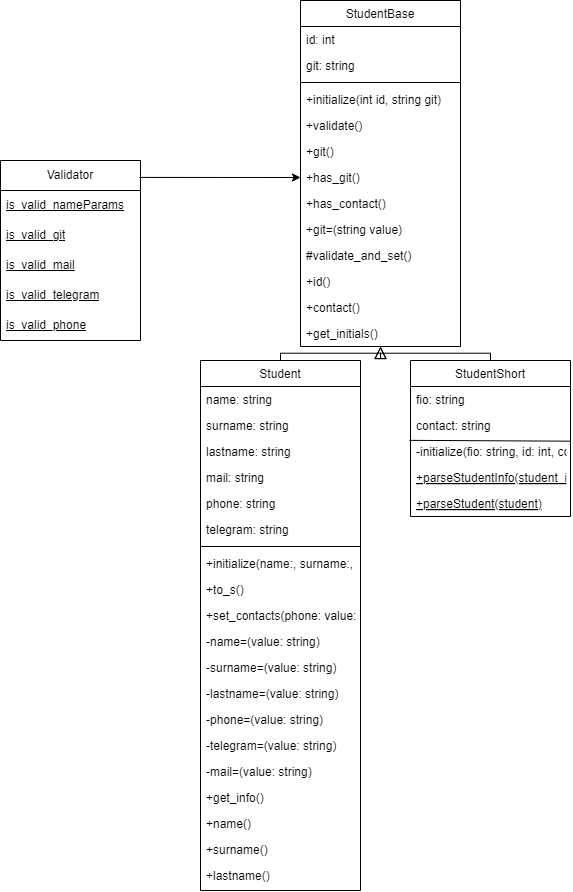
Above: classDiagramm.png in MxVndI/Design-Patterns (draw.io), before the change. Source tidied: cells renumbered, new cells last; positions are measured from the earlier drawing's top-left corner, leaving out a move shared by most shapes.
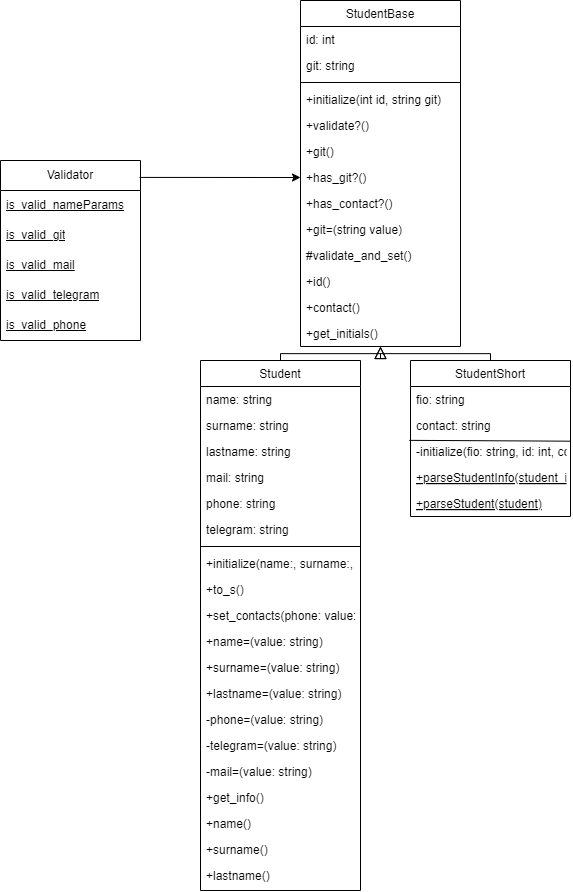
The same file after the commit.

Commit message:
make setters public lab 2 task 11

What changed in the source:
```diff
@@ -17,16 +17,16 @@
     <mxCell id="6" value="+initialize(int id, string git)" style="text;align=left;verticalAlign=top;spacingLeft=4;spacingRight=4;overflow=hidden;" parent="2" vertex="1">
       <mxGeometry y="86" width="160" height="26" as="geometry" />
     </mxCell>
-    <mxCell id="7" value="+validate()" style="text;align=left;verticalAlign=top;spacingLeft=4;spacingRight=4;overflow=hidden;" parent="2" vertex="1">
+    <mxCell id="7" value="+validate?()" style="text;align=left;verticalAlign=top;spacingLeft=4;spacingRight=4;overflow=hidden;" parent="2" vertex="1">
       <mxGeometry y="112" width="160" height="26" as="geometry" />
     </mxCell>
     <mxCell id="8" value="+git()" style="text;align=left;verticalAlign=top;spacingLeft=4;spacingRight=4;overflow=hidden;" parent="2" vertex="1">
       <mxGeometry y="138" width="160" height="26" as="geometry" />
     </mxCell>
-    <mxCell id="9" value="+has_git()" style="text;align=left;verticalAlign=top;spacingLeft=4;spacingRight=4;overflow=hidden;points=[[0,0.5],[1,0.5]];portConstraint=eastwest;" parent="2" vertex="1">
+    <mxCell id="9" value="+has_git?()" style="text;align=left;verticalAlign=top;spacingLeft=4;spacingRight=4;overflow=hidden;points=[[0,0.5],[1,0.5]];portConstraint=eastwest;" parent="2" vertex="1">
       <mxGeometry y="164" width="160" height="26" as="geometry" />
     </mxCell>
-    <mxCell id="10" value="+has_contact()" style="text;align=left;verticalAlign=top;spacingLeft=4;spacingRight=4;overflow=hidden;" parent="2" vertex="1">
+    <mxCell id="10" value="+has_contact?()" style="text;align=left;verticalAlign=top;spacingLeft=4;spacingRight=4;overflow=hidden;" parent="2" vertex="1">
       <mxGeometry y="190" width="160" height="26" as="geometry" />
     </mxCell>
     <mxCell id="11" value="+git=(string value)" style="text;align=left;verticalAlign=top;spacingLeft=4;spacingRight=4;overflow=hidden;" parent="2" vertex="1">
@@ -77,13 +77,13 @@
     <mxCell id="26" value="+set_contacts(phone: value: string, telegram: value: string, mail: value: string)" style="text;align=left;verticalAlign=top;spacingLeft=4;spacingRight=4;overflow=hidden;" parent="16" vertex="1">
       <mxGeometry y="242" width="160" height="26" as="geometry" />
     </mxCell>
-    <mxCell id="27" value="-name=(value: string)" style="text;align=left;verticalAlign=top;spacingLeft=4;spacingRight=4;overflow=hidden;" parent="16" vertex="1">
+    <mxCell id="27" value="+name=(value: string)" style="text;align=left;verticalAlign=top;spacingLeft=4;spacingRight=4;overflow=hidden;" parent="16" vertex="1">
       <mxGeometry y="268" width="160" height="26" as="geometry" />
     </mxCell>
-    <mxCell id="28" value="-surname=(value: string)" style="text;align=left;verticalAlign=top;spacingLeft=4;spacingRight=4;overflow=hidden;" parent="16" vertex="1">
+    <mxCell id="28" value="+surname=(value: string)" style="text;align=left;verticalAlign=top;spacingLeft=4;spacingRight=4;overflow=hidden;" parent="16" vertex="1">
       <mxGeometry y="294" width="160" height="26" as="geometry" />
     </mxCell>
-    <mxCell id="29" value="-lastname=(value: string)" style="text;align=left;verticalAlign=top;spacingLeft=4;spacingRight=4;overflow=hidden;" parent="16" vertex="1">
+    <mxCell id="29" value="+lastname=(value: string)" style="text;align=left;verticalAlign=top;spacingLeft=4;spacingRight=4;overflow=hidden;" parent="16" vertex="1">
       <mxGeometry y="320" width="160" height="26" as="geometry" />
     </mxCell>
     <mxCell id="30" value="-phone=(value: string)" style="text;align=left;verticalAlign=top;spacingLeft=4;spacingRight=4;overflow=hidden;" parent="16" vertex="1">
```
